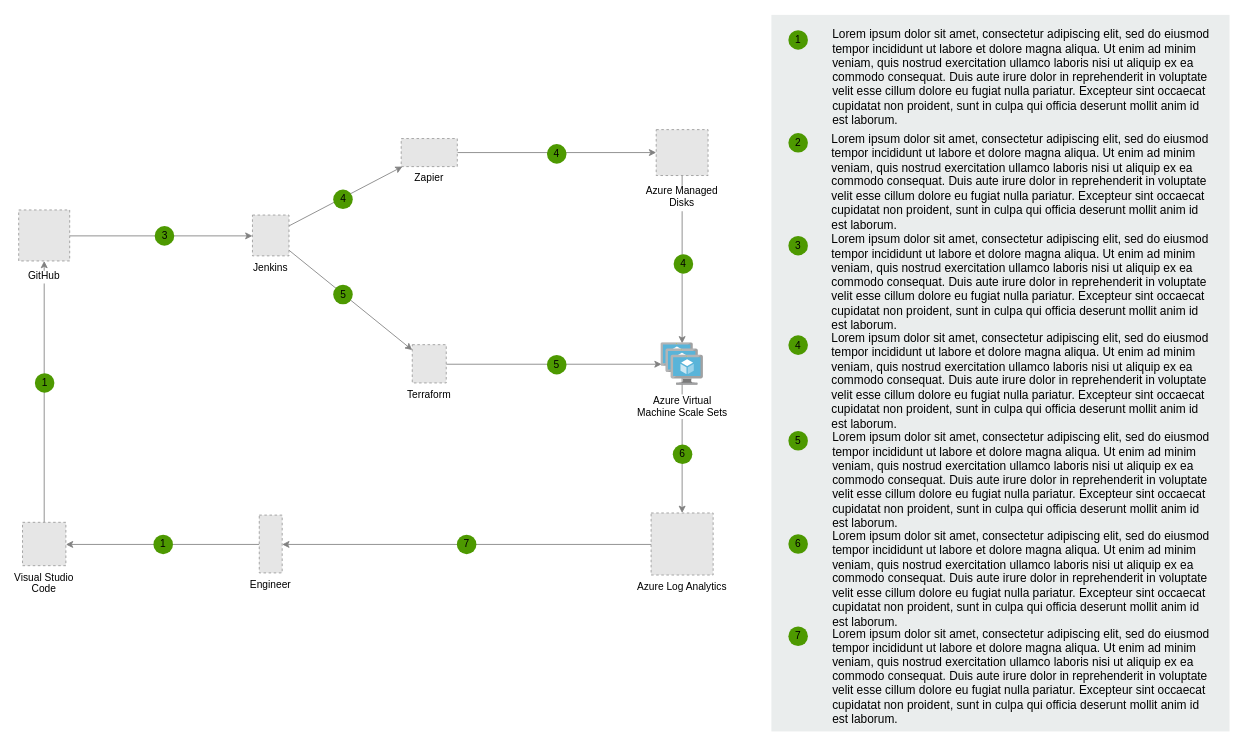
This is cloud.drawio from dkopec/gitops-template, a draw.io file, before an edit. Source tidied: cells renumbered, new cells numbered last; positions are measured from the earlier drawing's top-left corner, leaving out a move shared by most shapes. Both pictures are drawn from the tidied source at 85%, with x=0, y=0 at pixel (18, 14). Pictures stored in the file or linked from it are replaced by grey dashed boxes.
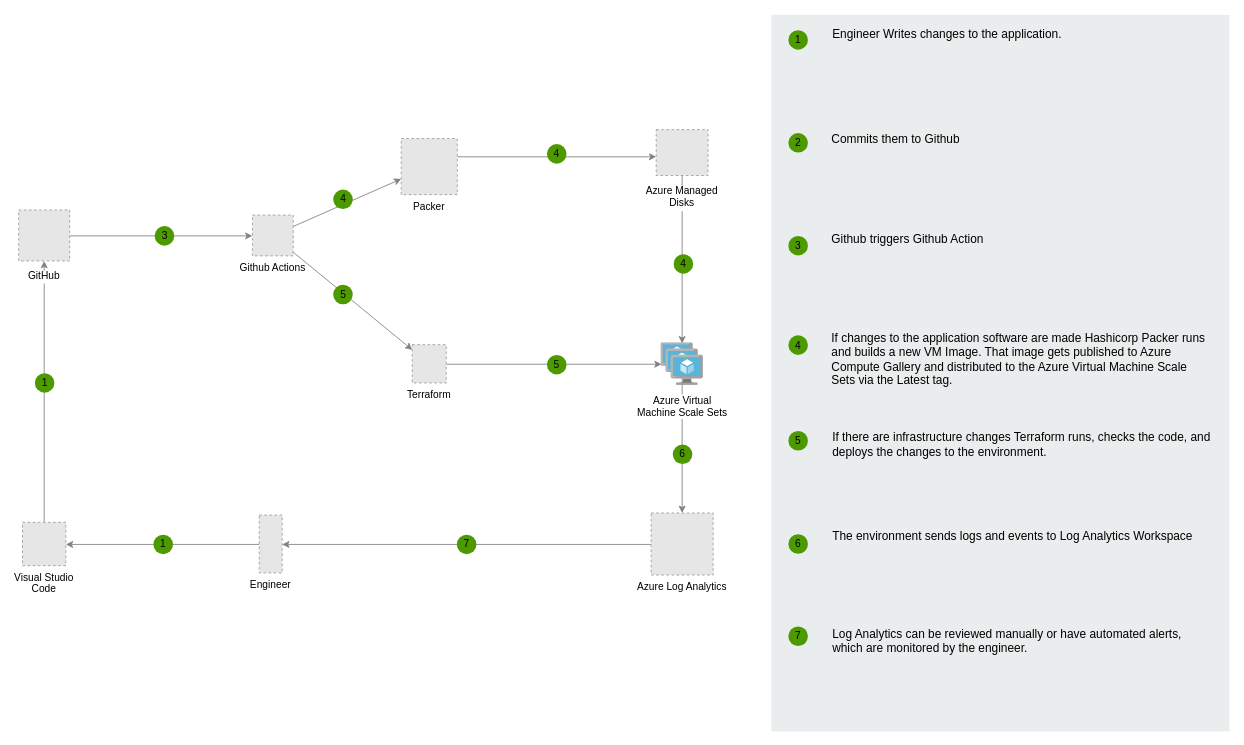
Above is the later version.

Diff of the diagram source:
```diff
@@
-    <mxCell id="13" value="Jenkins" style="fillColor=#E6E6E6;strokeColor=#999999;dashed=1;verticalLabelPosition=bottom;labelBackgroundColor=none;verticalAlign=top;" parent="1" vertex="1">
-      <mxGeometry x="275.5" y="235.5" width="43" height="48" as="geometry" />
+    <mxCell id="13" value="Github Actions" style="fillColor=#E6E6E6;strokeColor=#999999;dashed=1;verticalLabelPosition=bottom;labelBackgroundColor=none;verticalAlign=top;" parent="1" vertex="1">
+      <mxGeometry x="275.5" y="235.5" width="48" height="48" as="geometry" />
     </mxCell>
@@
-    <mxCell id="15" value="Zapier" style="fillColor=#E6E6E6;strokeColor=#999999;dashed=1;verticalLabelPosition=bottom;labelBackgroundColor=none;verticalAlign=top;" parent="1" vertex="1">
-      <mxGeometry x="450.5" y="145.5" width="66" height="33" as="geometry" />
+    <mxCell id="15" value="Packer" style="fillColor=#E6E6E6;strokeColor=#999999;dashed=1;verticalLabelPosition=bottom;labelBackgroundColor=none;verticalAlign=top;" parent="1" vertex="1">
+      <mxGeometry x="450.5" y="145.5" width="66" height="66" as="geometry" />
     </mxCell>
@@
-    <mxCell id="32" value="&lt;span&gt;Lorem ipsum dolor sit amet, consectetur adipiscing elit, sed do eiusmod tempor incididunt ut labore et dolore magna aliqua. Ut enim ad minim veniam, quis nostrud exercitation ullamco laboris nisi ut aliquip ex ea commodo consequat. Duis aute irure dolor in reprehenderit in voluptate velit esse cillum dolore eu fugiat nulla pariatur. Excepteur sint occaecat cupidatat non proident, sunt in culpa qui officia deserunt mollit anim id est laborum.&lt;/span&gt;&lt;br&gt;" style="text;html=1;align=left;verticalAlign=top;spacingTop=-4;fontSize=14;labelBackgroundColor=none;whiteSpace=wrap;" parent="1" vertex="1">
+    <mxCell id="32" value="&lt;span&gt;Engineer Writes changes to the application.&lt;/span&gt;" style="text;html=1;align=left;verticalAlign=top;spacingTop=-4;fontSize=14;labelBackgroundColor=none;whiteSpace=wrap;" parent="1" vertex="1">
       <mxGeometry x="955.5" y="11.5" width="449" height="118" as="geometry" />
     </mxCell>
-    <mxCell id="33" value="&lt;span&gt;Lorem ipsum dolor sit amet, consectetur adipiscing elit, sed do eiusmod tempor incididunt ut labore et dolore magna aliqua. Ut enim ad minim veniam, quis nostrud exercitation ullamco laboris nisi ut aliquip ex ea commodo consequat. Duis aute irure dolor in reprehenderit in voluptate velit esse cillum dolore eu fugiat nulla pariatur. Excepteur sint occaecat cupidatat non proident, sunt in culpa qui officia deserunt mollit anim id est laborum.&lt;/span&gt;&lt;br&gt;" style="text;html=1;align=left;verticalAlign=top;spacingTop=-4;fontSize=14;labelBackgroundColor=none;whiteSpace=wrap;" parent="1" vertex="1">
+    <mxCell id="33" value="&lt;span&gt;Commits them to Github&lt;/span&gt;" style="text;html=1;align=left;verticalAlign=top;spacingTop=-4;fontSize=14;labelBackgroundColor=none;whiteSpace=wrap;" parent="1" vertex="1">
       <mxGeometry x="954.5" y="134.5" width="450" height="115" as="geometry" />
     </mxCell>
-    <mxCell id="34" value="&lt;span&gt;Lorem ipsum dolor sit amet, consectetur adipiscing elit, sed do eiusmod tempor incididunt ut labore et dolore magna aliqua. Ut enim ad minim veniam, quis nostrud exercitation ullamco laboris nisi ut aliquip ex ea commodo consequat. Duis aute irure dolor in reprehenderit in voluptate velit esse cillum dolore eu fugiat nulla pariatur. Excepteur sint occaecat cupidatat non proident, sunt in culpa qui officia deserunt mollit anim id est laborum.&lt;/span&gt;&lt;br&gt;" style="text;html=1;align=left;verticalAlign=top;spacingTop=-4;fontSize=14;labelBackgroundColor=none;whiteSpace=wrap;" parent="1" vertex="1">
+    <mxCell id="34" value="&lt;span&gt;Github triggers Github Action&lt;/span&gt;" style="text;html=1;align=left;verticalAlign=top;spacingTop=-4;fontSize=14;labelBackgroundColor=none;whiteSpace=wrap;" parent="1" vertex="1">
       <mxGeometry x="954.5" y="252.5" width="450" height="117" as="geometry" />
     </mxCell>
-    <mxCell id="35" value="&lt;span&gt;Lorem ipsum dolor sit amet, consectetur adipiscing elit, sed do eiusmod tempor incididunt ut labore et dolore magna aliqua. Ut enim ad minim veniam, quis nostrud exercitation ullamco laboris nisi ut aliquip ex ea commodo consequat. Duis aute irure dolor in reprehenderit in voluptate velit esse cillum dolore eu fugiat nulla pariatur. Excepteur sint occaecat cupidatat non proident, sunt in culpa qui officia deserunt mollit anim id est laborum.&lt;/span&gt;&lt;br&gt;" style="text;html=1;align=left;verticalAlign=top;spacingTop=-4;fontSize=14;labelBackgroundColor=none;whiteSpace=wrap;" parent="1" vertex="1">
+    <mxCell id="35" value="&lt;span&gt;If changes to the application software are made Hashicorp Packer runs and builds a new VM Image. That image gets published to Azure Compute Gallery and distributed to the Azure Virtual Machine Scale Sets via the Latest tag.&lt;/span&gt;" style="text;html=1;align=left;verticalAlign=top;spacingTop=-4;fontSize=14;labelBackgroundColor=none;whiteSpace=wrap;" parent="1" vertex="1">
       <mxGeometry x="954.5" y="368.5" width="450" height="121" as="geometry" />
     </mxCell>
-    <mxCell id="36" value="&lt;span&gt;Lorem ipsum dolor sit amet, consectetur adipiscing elit, sed do eiusmod tempor incididunt ut labore et dolore magna aliqua. Ut enim ad minim veniam, quis nostrud exercitation ullamco laboris nisi ut aliquip ex ea commodo consequat. Duis aute irure dolor in reprehenderit in voluptate velit esse cillum dolore eu fugiat nulla pariatur. Excepteur sint occaecat cupidatat non proident, sunt in culpa qui officia deserunt mollit anim id est laborum.&lt;/span&gt;&lt;br&gt;" style="text;html=1;align=left;verticalAlign=top;spacingTop=-4;fontSize=14;labelBackgroundColor=none;whiteSpace=wrap;" parent="1" vertex="1">
+    <mxCell id="36" value="&lt;span&gt;If there are infrastructure&amp;nbsp;changes Terraform runs, checks the code, and deploys the changes to the environment.&amp;nbsp;&lt;/span&gt;" style="text;html=1;align=left;verticalAlign=top;spacingTop=-4;fontSize=14;labelBackgroundColor=none;whiteSpace=wrap;" parent="1" vertex="1">
       <mxGeometry x="955.5" y="485.5" width="449" height="114" as="geometry" />
     </mxCell>
-    <mxCell id="37" value="&lt;span&gt;Lorem ipsum dolor sit amet, consectetur adipiscing elit, sed do eiusmod tempor incididunt ut labore et dolore magna aliqua. Ut enim ad minim veniam, quis nostrud exercitation ullamco laboris nisi ut aliquip ex ea commodo consequat. Duis aute irure dolor in reprehenderit in voluptate velit esse cillum dolore eu fugiat nulla pariatur. Excepteur sint occaecat cupidatat non proident, sunt in culpa qui officia deserunt mollit anim id est laborum.&lt;/span&gt;&lt;br&gt;" style="text;html=1;align=left;verticalAlign=top;spacingTop=-4;fontSize=14;labelBackgroundColor=none;whiteSpace=wrap;" parent="1" vertex="1">
+    <mxCell id="37" value="&lt;span&gt;The environment&amp;nbsp;sends logs and events to Log Analytics Workspace&lt;/span&gt;" style="text;html=1;align=left;verticalAlign=top;spacingTop=-4;fontSize=14;labelBackgroundColor=none;whiteSpace=wrap;" parent="1" vertex="1">
       <mxGeometry x="955.5" y="601.5" width="450" height="118" as="geometry" />
     </mxCell>
-    <mxCell id="38" value="&lt;span&gt;Lorem ipsum dolor sit amet, consectetur adipiscing elit, sed do eiusmod tempor incididunt ut labore et dolore magna aliqua. Ut enim ad minim veniam, quis nostrud exercitation ullamco laboris nisi ut aliquip ex ea commodo consequat. Duis aute irure dolor in reprehenderit in voluptate velit esse cillum dolore eu fugiat nulla pariatur. Excepteur sint occaecat cupidatat non proident, sunt in culpa qui officia deserunt mollit anim id est laborum.&lt;/span&gt;&lt;br&gt;" style="text;html=1;align=left;verticalAlign=top;spacingTop=-4;fontSize=14;labelBackgroundColor=none;whiteSpace=wrap;" parent="1" vertex="1">
+    <mxCell id="38" value="&lt;span&gt;Log Analytics can be reviewed manually or have automated alerts, which are monitored by the engineer.&lt;/span&gt;" style="text;html=1;align=left;verticalAlign=top;spacingTop=-4;fontSize=14;labelBackgroundColor=none;whiteSpace=wrap;" parent="1" vertex="1">
       <mxGeometry x="955.5" y="716.5" width="449" height="113" as="geometry" />
     </mxCell>
```
